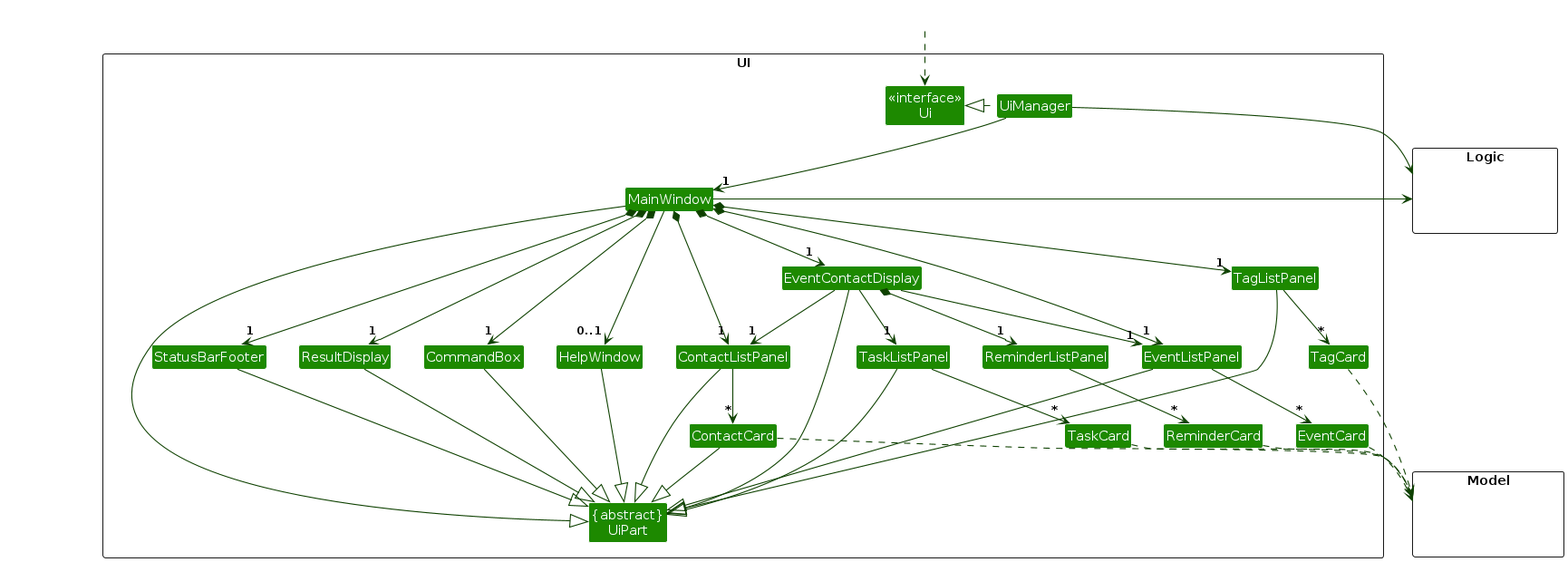
Earlier version of the PlantUML export diagrams/UiClassDiagram.png (AY2324S1-CS2103T-T09-1/tp). Its source is kept beside it as diagrams/UiClassDiagram.puml.
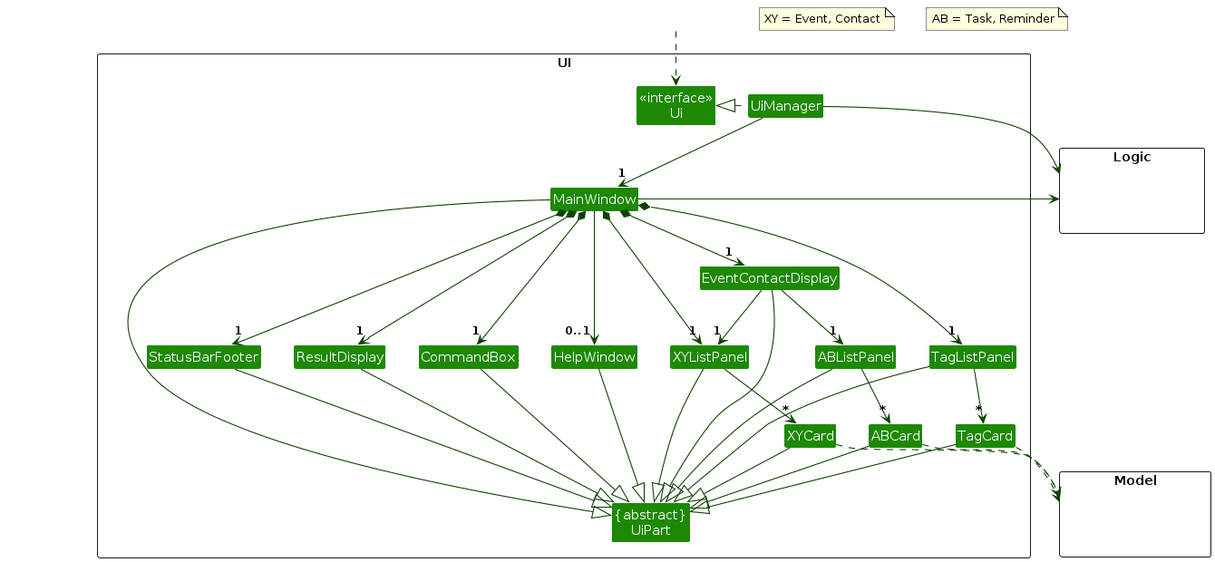
After the commit.

What changed in the source:
```diff
@@ -12,19 +12,18 @@
 Class HelpWindow
 Class ResultDisplay
 Class EventContactDisplay
-Class ContactListPanel
-Class ContactCard
+Class XYListPanel
+Class XYCard
 Class TagListPanel
 Class TagCard
-Class EventListPanel
-Class EventCard
-Class TaskListPanel
-Class TaskCard
+Class ABListPanel
+Class ABCard
 Class StatusBarFooter
 Class CommandBox
-Class ReminderListPanel
-Class ReminderCard
 }
+
+note "XY = Event, Contact" as N1
+note "AB = Task, Reminder" as N2
 
 package Model <<Rectangle>> {
 Class HiddenModel #FFFFFF
@@ -42,45 +41,39 @@
 MainWindow *-down->  "1" CommandBox
 MainWindow *-down-> "1" ResultDisplay
 MainWindow *-down-> "1" EventContactDisplay
-MainWindow *-down-> "1" ContactListPanel
+MainWindow *-down-> "1" XYListPanel
 MainWindow *-down-> "1" StatusBarFooter
 MainWindow *-down-> "1" TagListPanel
-MainWindow *-down-> "1" EventListPanel
 MainWindow --> "0..1" HelpWindow
 
-EventContactDisplay -down-> "1" ContactListPanel
-EventContactDisplay -down-> "1" EventListPanel
-EventContactDisplay -down-> "1" TaskListPanel
-EventContactDisplay *-down-> "1" ReminderListPanel
+EventContactDisplay -down-> "1" XYListPanel
+EventContactDisplay -down-> "1" ABListPanel
 
-ContactListPanel -down-> "*" ContactCard
+XYListPanel -down-> "*" XYCard
 TagListPanel -down-> "*" TagCard
-EventListPanel -down-> "*" EventCard
-TaskListPanel -down-> "*" TaskCard
-ReminderListPanel -down-> "*" ReminderCard
+ABListPanel -down-> "*" ABCard
 
 MainWindow -left-|> UiPart
 
 ResultDisplay --|> UiPart
 EventContactDisplay --|> UiPart
 CommandBox --|> UiPart
-ContactListPanel --|> UiPart
-ContactCard --|> UiPart
+XYListPanel --|> UiPart
+XYCard --|> UiPart
 TagListPanel --|> UiPart
-EventListPanel --|> UiPart
-TaskListPanel --|> UiPart
+TagCard --|> UiPart
+ABListPanel --|> UiPart
+ABCard --|> UiPart
 StatusBarFooter --|> UiPart
 HelpWindow --|> UiPart
 
-ContactCard ..> Model
+XYCard ..> Model
 TagCard ..> Model
-EventCard ..> Model
-TaskCard ..> Model
-ReminderCard ..> Model
+ABCard ..> Model
 UiManager -right-> Logic
 MainWindow -left-> Logic
 
-ContactListPanel -[hidden]left- HelpWindow
+XYListPanel -[hidden]left- HelpWindow
 HelpWindow -[hidden]left- CommandBox
 CommandBox -[hidden]left- ResultDisplay
 ResultDisplay -[hidden]left- StatusBarFooter
```
